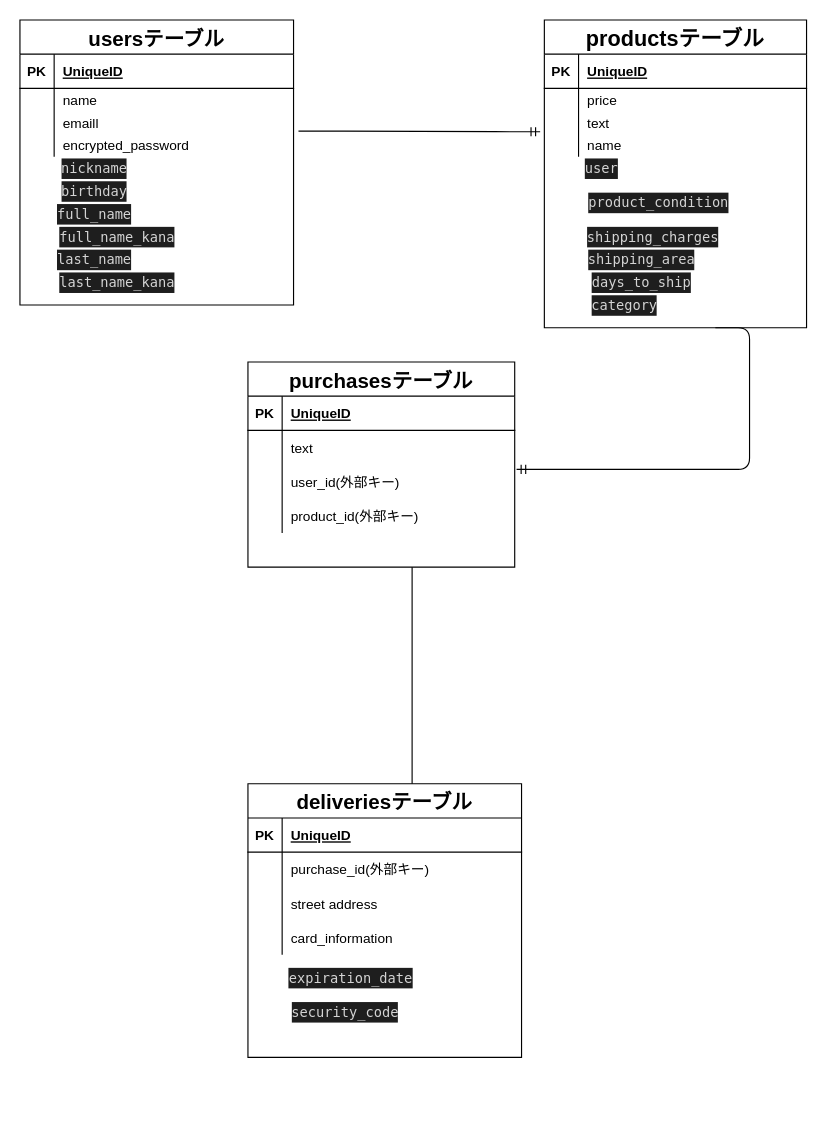
nanami-deep/furima-34361 keeps this draw.io diagram as test.dio. Above is the earlier version. Source tidied: cells renumbered, new cells numbered last; positions are measured from the earlier drawing's top-left corner, leaving out a move shared by most shapes. Both pictures are drawn from the tidied source at 114%, with x=0, y=0 at pixel (19, 19).
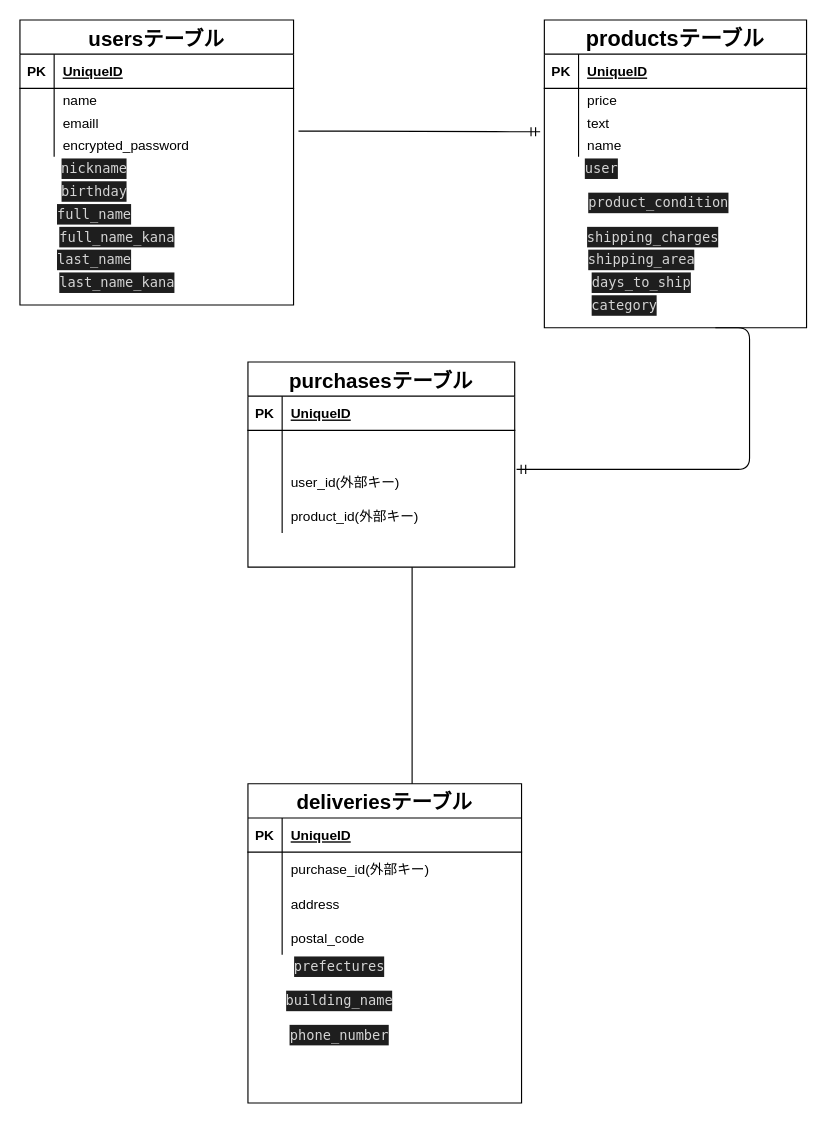
The same page after the edit.

Commit message (it also covers changes not shown here):
データベース設計修正

The change refers to these unchanged cells:
```xml
<mxCell id="32" style="shape=partialRectangle;fillColor=none;top=0;left=0;bottom=0;right=0;" parent="28" vertex="1">
  <mxGeometry y="60" width="234" height="30" as="geometry" />
</mxCell>
<mxCell id="48" style="shape=partialRectangle;fillColor=none;top=0;left=0;bottom=0;right=0;" parent="41" vertex="1">
  <mxGeometry y="90" width="240" height="30" as="geometry" />
</mxCell>
<mxCell id="51" style="shape=partialRectangle;fillColor=none;top=0;left=0;bottom=0;right=0;" parent="41" vertex="1">
  <mxGeometry y="120" width="240" height="30" as="geometry" />
</mxCell>
```

Change to the diagram source:
```diff
@@
-    <mxCell id="34" value="text" style="shape=partialRectangle;fillColor=none;top=0;left=0;bottom=0;right=0;align=left;spacingLeft=6;overflow=hidden;" parent="32" vertex="1">
+    <mxCell id="34" style="shape=partialRectangle;fillColor=none;top=0;left=0;bottom=0;right=0;align=left;spacingLeft=6;overflow=hidden;" parent="32" vertex="1">
       <mxGeometry x="30" width="204" height="30" as="geometry" />
     </mxCell>
@@
     <mxCell id="41" value="deliveriesテーブル" style="shape=table;startSize=30;childLayout=tableLayout;rowLines=0;fontStyle=1;align=center;fontSize=18;" parent="1" vertex="1">
-      <mxGeometry x="200" y="670" width="240" height="240" as="geometry" />
+      <mxGeometry x="200" y="670" width="240" height="280" as="geometry" />
     </mxCell>
@@
-    <mxCell id="50" value="street address " style="shape=partialRectangle;fillColor=none;top=0;left=0;bottom=0;right=0;align=left;spacingLeft=6;overflow=hidden;" parent="48" vertex="1">
+    <mxCell id="50" value="address " style="shape=partialRectangle;fillColor=none;top=0;left=0;bottom=0;right=0;align=left;spacingLeft=6;overflow=hidden;" parent="48" vertex="1">
       <mxGeometry x="30" width="210" height="30" as="geometry" />
     </mxCell>
@@
-    <mxCell id="53" value="card_information " style="shape=partialRectangle;fillColor=none;top=0;left=0;bottom=0;right=0;align=left;spacingLeft=6;overflow=hidden;" parent="51" vertex="1">
+    <mxCell id="53" value="postal_code" style="shape=partialRectangle;fillColor=none;top=0;left=0;bottom=0;right=0;align=left;spacingLeft=6;overflow=hidden;" parent="51" vertex="1">
       <mxGeometry x="30" width="210" height="30" as="geometry" />
     </mxCell>
@@
-    <mxCell id="69" value="&lt;div style=&quot;color: rgb(212 , 212 , 212) ; background-color: rgb(30 , 30 , 30) ; font-family: &amp;#34;menlo&amp;#34; , &amp;#34;monaco&amp;#34; , &amp;#34;courier new&amp;#34; , monospace ; font-size: 12px ; line-height: 18px&quot;&gt;expiration_date&lt;/div&gt;" style="text;html=1;align=center;verticalAlign=middle;fontSize=18;" parent="1" vertex="1">
-      <mxGeometry x="230" y="830" width="120" height="20" as="geometry" />
+    <mxCell id="69" value="&lt;div style=&quot;color: rgb(212 , 212 , 212) ; background-color: rgb(30 , 30 , 30) ; font-family: &amp;#34;menlo&amp;#34; , &amp;#34;monaco&amp;#34; , &amp;#34;courier new&amp;#34; , monospace ; font-size: 12px ; line-height: 18px&quot;&gt;&lt;div style=&quot;font-family: &amp;#34;menlo&amp;#34; , &amp;#34;monaco&amp;#34; , &amp;#34;courier new&amp;#34; , monospace ; line-height: 18px&quot;&gt;prefectures&lt;/div&gt;&lt;/div&gt;" style="text;html=1;align=center;verticalAlign=middle;fontSize=18;" parent="1" vertex="1">
+      <mxGeometry x="235" y="820" width="90" height="20" as="geometry" />
     </mxCell>
@@
-    <mxCell id="71" value="&lt;div style=&quot;color: rgb(212 , 212 , 212) ; background-color: rgb(30 , 30 , 30) ; font-family: &amp;#34;menlo&amp;#34; , &amp;#34;monaco&amp;#34; , &amp;#34;courier new&amp;#34; , monospace ; font-size: 12px ; line-height: 18px&quot;&gt;&lt;div style=&quot;line-height: 18px&quot;&gt;&lt;div style=&quot;font-family: &amp;#34;menlo&amp;#34; , &amp;#34;monaco&amp;#34; , &amp;#34;courier new&amp;#34; , monospace ; line-height: 18px&quot;&gt;security_code&lt;/div&gt;&lt;/div&gt;&lt;/div&gt;" style="text;html=1;align=center;verticalAlign=middle;fontSize=18;" parent="1" vertex="1">
-      <mxGeometry x="230" y="860" width="110" height="20" as="geometry" />
+    <mxCell id="71" value="&lt;div style=&quot;color: rgb(212 , 212 , 212) ; background-color: rgb(30 , 30 , 30) ; font-family: &amp;#34;menlo&amp;#34; , &amp;#34;monaco&amp;#34; , &amp;#34;courier new&amp;#34; , monospace ; font-size: 12px ; line-height: 18px&quot;&gt;&lt;div style=&quot;line-height: 18px&quot;&gt;&lt;div style=&quot;font-family: &amp;#34;menlo&amp;#34; , &amp;#34;monaco&amp;#34; , &amp;#34;courier new&amp;#34; , monospace ; line-height: 18px&quot;&gt;&lt;div style=&quot;font-family: &amp;#34;menlo&amp;#34; , &amp;#34;monaco&amp;#34; , &amp;#34;courier new&amp;#34; , monospace ; line-height: 18px&quot;&gt;building_name&lt;/div&gt;&lt;/div&gt;&lt;/div&gt;&lt;/div&gt;" style="text;html=1;align=center;verticalAlign=middle;fontSize=18;" parent="1" vertex="1">
+      <mxGeometry x="225" y="850" width="110" height="20" as="geometry" />
     </mxCell>
+    <mxCell id="72" value="&lt;div style=&quot;color: rgb(212 , 212 , 212) ; background-color: rgb(30 , 30 , 30) ; font-family: &amp;#34;menlo&amp;#34; , &amp;#34;monaco&amp;#34; , &amp;#34;courier new&amp;#34; , monospace ; font-size: 12px ; line-height: 18px&quot;&gt;phone_number &lt;/div&gt;" style="text;html=1;align=center;verticalAlign=middle;fontSize=18;" parent="1" vertex="1">
+      <mxGeometry x="230" y="880" width="100" height="20" as="geometry" />
+    </mxCell>
```
